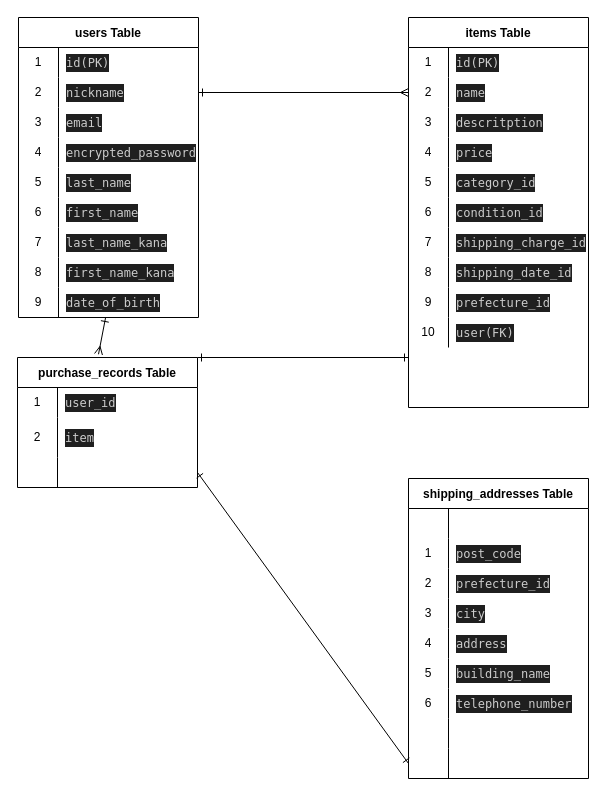
Earlier version of the draw.io diagram furima.dio (nakayamahiroshi164/furima-39827). Source tidied: cells renumbered, new cells numbered last; positions are measured from the earlier drawing's top-left corner, leaving out a move shared by most shapes. Both pictures are drawn from the tidied source at 100%, with x=0, y=0 at pixel (17, 17).
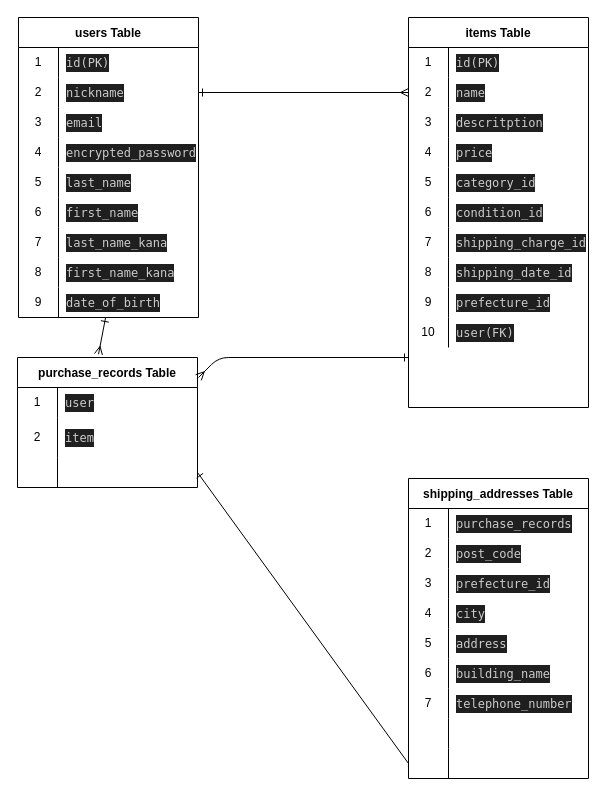
Above is the later version.

Unchanged cells that the change refers to:
```xml
<mxCell id="62" value="purchase_records Table" style="shape=table;startSize=30;childLayout=tableLayout;rowLines=0;fontStyle=1;" parent="1" vertex="1">
  <mxGeometry y="340" width="180" height="130" as="geometry" />
</mxCell>
<mxCell id="63" style="shape=tableRow;horizontal=0;startSize=0;swimlaneHead=0;swimlaneBody=0;top=0;left=0;bottom=0;right=0;fillColor=none;" parent="62" vertex="1">
  <mxGeometry y="30" width="180" height="30" as="geometry" />
</mxCell>
<mxCell id="69" style="shape=tableRow;horizontal=0;startSize=0;swimlaneHead=0;swimlaneBody=0;top=0;left=0;bottom=0;right=0;fillColor=none;points=[[0,0.5],[1,0.5]];portConstraint=eastwest;" parent="62" vertex="1">
  <mxGeometry y="100" width="180" height="30" as="geometry" />
</mxCell>
<mxCell id="73" style="shape=tableRow;horizontal=0;startSize=0;swimlaneHead=0;swimlaneBody=0;top=0;left=0;bottom=0;right=0;fillColor=none;" parent="72" vertex="1">
  <mxGeometry y="30" width="180" height="30" as="geometry" />
</mxCell>
<mxCell id="76" style="shape=tableRow;horizontal=0;startSize=0;swimlaneHead=0;swimlaneBody=0;top=0;left=0;bottom=0;right=0;fillColor=none;" parent="72" vertex="1">
  <mxGeometry y="60" width="180" height="30" as="geometry" />
</mxCell>
<mxCell id="79" style="shape=tableRow;horizontal=0;startSize=0;swimlaneHead=0;swimlaneBody=0;top=0;left=0;bottom=0;right=0;fillColor=none;" parent="72" vertex="1">
  <mxGeometry y="90" width="180" height="30" as="geometry" />
</mxCell>
<mxCell id="82" style="shape=tableRow;horizontal=0;startSize=0;swimlaneHead=0;swimlaneBody=0;top=0;left=0;bottom=0;right=0;fillColor=none;" parent="72" vertex="1">
  <mxGeometry y="120" width="180" height="30" as="geometry" />
</mxCell>
<mxCell id="85" style="shape=tableRow;horizontal=0;startSize=0;swimlaneHead=0;swimlaneBody=0;top=0;left=0;bottom=0;right=0;fillColor=none;" parent="72" vertex="1">
  <mxGeometry y="150" width="180" height="30" as="geometry" />
</mxCell>
<mxCell id="88" style="shape=tableRow;horizontal=0;startSize=0;swimlaneHead=0;swimlaneBody=0;top=0;left=0;bottom=0;right=0;fillColor=none;" parent="72" vertex="1">
  <mxGeometry y="180" width="180" height="30" as="geometry" />
</mxCell>
<mxCell id="91" style="shape=tableRow;horizontal=0;startSize=0;swimlaneHead=0;swimlaneBody=0;top=0;left=0;bottom=0;right=0;fillColor=none;" parent="72" vertex="1">
  <mxGeometry y="210" width="180" height="30" as="geometry" />
</mxCell>
<mxCell id="97" style="shape=tableRow;horizontal=0;startSize=0;swimlaneHead=0;swimlaneBody=0;top=0;left=0;bottom=0;right=0;fillColor=none;points=[[0,0.5],[1,0.5]];portConstraint=eastwest;" parent="72" vertex="1">
  <mxGeometry y="270" width="180" height="30" as="geometry" />
</mxCell>
```

Change to the diagram source:
```diff
@@
-    <mxCell id="65" value="&lt;div style=&quot;color: rgb(204, 204, 204); background-color: rgb(31, 31, 31); font-family: Menlo, Monaco, &amp;quot;Courier New&amp;quot;, monospace; line-height: 18px;&quot;&gt;user_id &lt;/div&gt;" style="shape=partialRectangle;html=1;whiteSpace=wrap;fillColor=none;top=0;left=0;bottom=0;right=0;align=left;spacingLeft=6;overflow=hidden;" parent="63" vertex="1">
+    <mxCell id="65" value="&lt;div style=&quot;color: rgb(204, 204, 204); background-color: rgb(31, 31, 31); font-family: Menlo, Monaco, &amp;quot;Courier New&amp;quot;, monospace; line-height: 18px;&quot;&gt;user&lt;/div&gt;" style="shape=partialRectangle;html=1;whiteSpace=wrap;fillColor=none;top=0;left=0;bottom=0;right=0;align=left;spacingLeft=6;overflow=hidden;" parent="63" vertex="1">
       <mxGeometry x="40" width="140" height="30" as="geometry" />
     </mxCell>
@@
-    <mxCell id="74" style="shape=partialRectangle;html=1;whiteSpace=wrap;fillColor=none;top=0;left=0;bottom=0;right=0;overflow=hidden;" parent="73" vertex="1">
+    <mxCell id="74" value="1" style="shape=partialRectangle;html=1;whiteSpace=wrap;fillColor=none;top=0;left=0;bottom=0;right=0;overflow=hidden;" parent="73" vertex="1">
       <mxGeometry width="40" height="30" as="geometry" />
     </mxCell>
-    <mxCell id="75" style="shape=partialRectangle;html=1;whiteSpace=wrap;fillColor=none;top=0;left=0;bottom=0;right=0;align=left;spacingLeft=6;overflow=hidden;" parent="73" vertex="1">
+    <mxCell id="75" value="&lt;div style=&quot;color: rgb(204, 204, 204); background-color: rgb(31, 31, 31); font-family: Menlo, Monaco, &amp;quot;Courier New&amp;quot;, monospace; line-height: 18px;&quot;&gt;purchase_records&lt;/div&gt;" style="shape=partialRectangle;html=1;whiteSpace=wrap;fillColor=none;top=0;left=0;bottom=0;right=0;align=left;spacingLeft=6;overflow=hidden;" parent="73" vertex="1">
       <mxGeometry x="40" width="140" height="30" as="geometry" />
     </mxCell>
@@
-    <mxCell id="77" value="1" style="shape=partialRectangle;html=1;whiteSpace=wrap;fillColor=none;top=0;left=0;bottom=0;right=0;overflow=hidden;" parent="76" vertex="1">
+    <mxCell id="77" value="2" style="shape=partialRectangle;html=1;whiteSpace=wrap;fillColor=none;top=0;left=0;bottom=0;right=0;overflow=hidden;" parent="76" vertex="1">
       <mxGeometry width="40" height="30" as="geometry" />
     </mxCell>
@@
-    <mxCell id="80" value="2" style="shape=partialRectangle;html=1;whiteSpace=wrap;fillColor=none;top=0;left=0;bottom=0;right=0;overflow=hidden;" parent="79" vertex="1">
+    <mxCell id="80" value="3" style="shape=partialRectangle;html=1;whiteSpace=wrap;fillColor=none;top=0;left=0;bottom=0;right=0;overflow=hidden;" parent="79" vertex="1">
       <mxGeometry width="40" height="30" as="geometry" />
     </mxCell>
@@
-    <mxCell id="83" value="3" style="shape=partialRectangle;html=1;whiteSpace=wrap;fillColor=none;top=0;left=0;bottom=0;right=0;overflow=hidden;" parent="82" vertex="1">
+    <mxCell id="83" value="4" style="shape=partialRectangle;html=1;whiteSpace=wrap;fillColor=none;top=0;left=0;bottom=0;right=0;overflow=hidden;" parent="82" vertex="1">
       <mxGeometry width="40" height="30" as="geometry" />
     </mxCell>
@@
-    <mxCell id="86" value="4" style="shape=partialRectangle;html=1;whiteSpace=wrap;fillColor=none;top=0;left=0;bottom=0;right=0;overflow=hidden;" parent="85" vertex="1">
+    <mxCell id="86" value="5" style="shape=partialRectangle;html=1;whiteSpace=wrap;fillColor=none;top=0;left=0;bottom=0;right=0;overflow=hidden;" parent="85" vertex="1">
       <mxGeometry width="40" height="30" as="geometry" />
     </mxCell>
@@
-    <mxCell id="89" value="5" style="shape=partialRectangle;html=1;whiteSpace=wrap;fillColor=none;top=0;left=0;bottom=0;right=0;overflow=hidden;" parent="88" vertex="1">
+    <mxCell id="89" value="6" style="shape=partialRectangle;html=1;whiteSpace=wrap;fillColor=none;top=0;left=0;bottom=0;right=0;overflow=hidden;" parent="88" vertex="1">
       <mxGeometry width="40" height="30" as="geometry" />
     </mxCell>
@@
-    <mxCell id="92" value="6" style="shape=partialRectangle;html=1;whiteSpace=wrap;fillColor=none;top=0;left=0;bottom=0;right=0;overflow=hidden;" parent="91" vertex="1">
+    <mxCell id="92" value="7" style="shape=partialRectangle;html=1;whiteSpace=wrap;fillColor=none;top=0;left=0;bottom=0;right=0;overflow=hidden;" parent="91" vertex="1">
       <mxGeometry width="40" height="30" as="geometry" />
     </mxCell>
@@
-    <mxCell id="103" style="edgeStyle=none;html=1;endArrow=ERone;endFill=0;startArrow=ERone;startFill=0;exitX=1;exitY=0;exitDx=0;exitDy=0;" parent="1" edge="1" source="62">
+    <mxCell id="103" style="edgeStyle=none;html=1;endArrow=ERone;endFill=0;startArrow=ERmany;startFill=0;" parent="1" edge="1">
       <mxGeometry relative="1" as="geometry">
+        <mxPoint x="181" y="360" as="sourcePoint" />
         <mxPoint x="391" y="340" as="targetPoint" />
+        <Array as="points">
+          <mxPoint x="201" y="340" />
+        </Array>
       </mxGeometry>
     </mxCell>
-    <mxCell id="104" style="edgeStyle=none;html=1;exitX=1;exitY=0.5;exitDx=0;exitDy=0;entryX=0;entryY=0.5;entryDx=0;entryDy=0;startArrow=ERone;startFill=0;endArrow=ERone;endFill=0;" parent="1" edge="1" source="69" target="97">
+    <mxCell id="104" style="edgeStyle=none;html=1;exitX=1;exitY=0.5;exitDx=0;exitDy=0;entryX=0;entryY=0.5;entryDx=0;entryDy=0;startArrow=ERone;startFill=0;endArrow=none;endFill=0;" parent="1" edge="1" source="69" target="97">
       <mxGeometry relative="1" as="geometry" />
     </mxCell>
```
